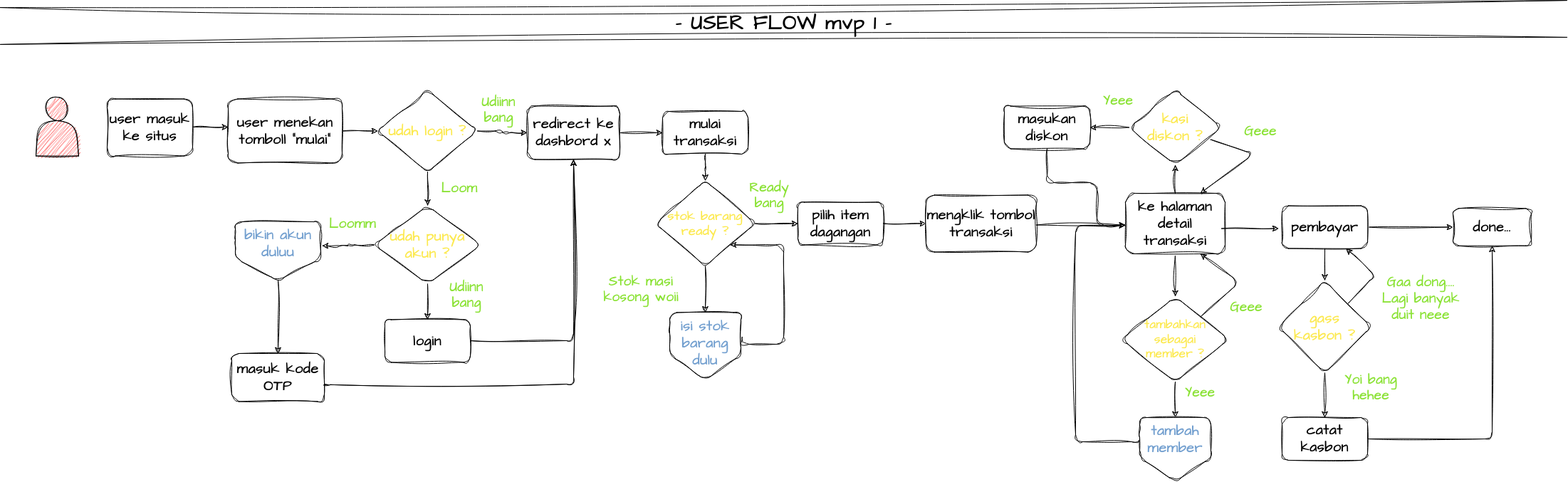
Petrichor-Dev/mypos keeps this draw.io diagram as Untitled Diagram.drawio.png. Above is the earlier version. Source tidied: cells renumbered, new cells last; positions are measured from the earlier drawing's top-left corner, leaving out a move shared by most shapes.
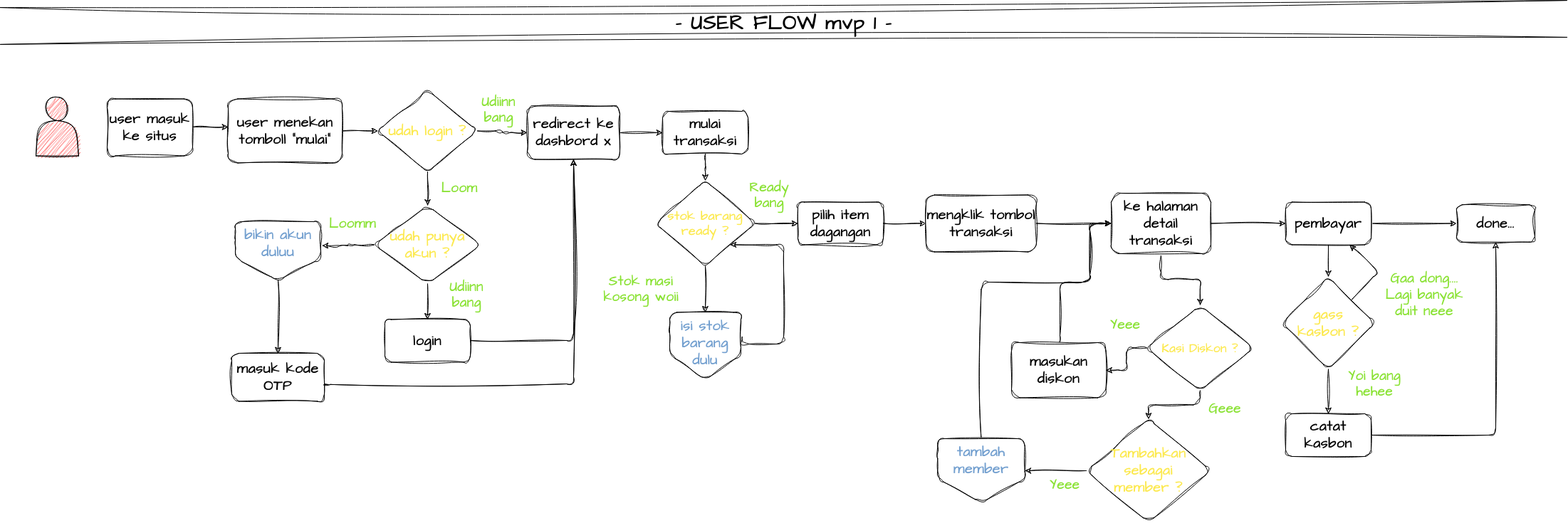
The same diagram one commit later.

What changed in the source:
```diff
@@ -120,5 +120,2 @@
     </mxCell>
-    <mxCell id="35" style="edgeStyle=orthogonalEdgeStyle;rounded=1;sketch=1;hachureGap=4;jiggle=2;curveFitting=1;jettySize=auto;html=1;fontFamily=Architects Daughter;fontSource=https%3A%2F%2Ffonts.googleapis.com%2Fcss%3Ffamily%3DArchitects%2BDaughter;fontSize=17;fontColor=default;labelBackgroundColor=none;fontStyle=1;" parent="1" edge="1" source="37" target="40">
-      <mxGeometry relative="1" as="geometry" />
-    </mxCell>
     <mxCell id="36" style="edgeStyle=orthogonalEdgeStyle;rounded=1;sketch=1;hachureGap=4;jiggle=2;curveFitting=1;jettySize=auto;html=1;fontFamily=Architects Daughter;fontSource=https%3A%2F%2Ffonts.googleapis.com%2Fcss%3Ffamily%3DArchitects%2BDaughter;fontSize=17;fontColor=default;labelBackgroundColor=none;fontStyle=1;" parent="1" edge="1" source="37" target="43">
@@ -126,30 +123,16 @@
     </mxCell>
-    <mxCell id="37" value="ke halaman detail transaksi" style="whiteSpace=wrap;html=1;fontSize=20;fontFamily=Architects Daughter;rounded=1;sketch=1;curveFitting=1;jiggle=2;hachureGap=4;fontSource=https%3A%2F%2Ffonts.googleapis.com%2Fcss%3Ffamily%3DArchitects%2BDaughter;spacing=2;labelBackgroundColor=none;fontStyle=1;" parent="1" vertex="1">
-      <mxGeometry x="1580" y="245" width="140" height="85" as="geometry" />
-    </mxCell>
-    <mxCell id="38" style="edgeStyle=orthogonalEdgeStyle;rounded=1;sketch=1;hachureGap=4;jiggle=2;curveFitting=1;jettySize=auto;html=1;fontFamily=Architects Daughter;fontSource=https%3A%2F%2Ffonts.googleapis.com%2Fcss%3Ffamily%3DArchitects%2BDaughter;fontSize=17;fontColor=default;labelBackgroundColor=none;fontStyle=1;" parent="1" edge="1" source="40" target="48">
-      <mxGeometry relative="1" as="geometry" />
-    </mxCell>
-    <mxCell id="39" style="edgeStyle=none;rounded=1;sketch=1;hachureGap=4;jiggle=2;curveFitting=1;jettySize=auto;html=1;fontFamily=Architects Daughter;fontSource=https%3A%2F%2Ffonts.googleapis.com%2Fcss%3Ffamily%3DArchitects%2BDaughter;fontSize=16;entryX=0.75;entryY=0;entryDx=0;entryDy=0;labelBackgroundColor=none;fontColor=default;fontStyle=1;" parent="1" edge="1" source="40" target="37">
-      <mxGeometry relative="1" as="geometry">
-        <Array as="points">
-          <mxPoint x="1760" y="190" />
-        </Array>
-      </mxGeometry>
-    </mxCell>
+    <mxCell id="71" style="edgeStyle=orthogonalEdgeStyle;rounded=1;sketch=1;hachureGap=4;jiggle=2;curveFitting=1;jettySize=auto;html=1;labelBorderColor=#c17d11;fontFamily=Architects Daughter;fontSource=https%3A%2F%2Ffonts.googleapis.com%2Fcss%3Ffamily%3DArchitects%2BDaughter;fontSize=16;fontColor=#8ae234;" parent="1" edge="1" source="40" target="69">
+      <mxGeometry relative="1" as="geometry" />
+    </mxCell>
-    <mxCell id="40" value="&lt;div&gt;&lt;font color=&quot;#fce94f&quot;&gt;kasi &lt;br&gt;&lt;/font&gt;&lt;/div&gt;&lt;div&gt;&lt;font color=&quot;#fce94f&quot;&gt;diskon ?&lt;br&gt;&lt;/font&gt;&lt;/div&gt;" style="rhombus;whiteSpace=wrap;html=1;fontSize=20;fontFamily=Architects Daughter;rounded=1;sketch=1;curveFitting=1;jiggle=2;hachureGap=4;fontSource=https%3A%2F%2Ffonts.googleapis.com%2Fcss%3Ffamily%3DArchitects%2BDaughter;spacing=2;labelBackgroundColor=none;fontStyle=1;" parent="1" vertex="1">
-      <mxGeometry x="1585" y="100" width="130" height="105" as="geometry" />
+    <mxCell id="40" value="&lt;div&gt;&lt;font color=&quot;#fce94f&quot;&gt;Tambahkan &lt;br&gt;&lt;/font&gt;&lt;/div&gt;&lt;div&gt;&lt;font color=&quot;#fce94f&quot;&gt;sebagai &lt;br&gt;&lt;/font&gt;&lt;/div&gt;&lt;div&gt;&lt;font color=&quot;#fce94f&quot;&gt;member ? &lt;br&gt;&lt;/font&gt;&lt;/div&gt;" style="rhombus;whiteSpace=wrap;html=1;fontSize=20;fontFamily=Architects Daughter;rounded=1;sketch=1;curveFitting=1;jiggle=2;hachureGap=4;fontSource=https%3A%2F%2Ffonts.googleapis.com%2Fcss%3Ffamily%3DArchitects%2BDaughter;spacing=2;labelBackgroundColor=none;fontStyle=1;" parent="1" vertex="1">
+      <mxGeometry x="1525" y="562.5" width="175" height="145" as="geometry" />
     </mxCell>
-    <mxCell id="41" style="edgeStyle=orthogonalEdgeStyle;rounded=1;sketch=1;hachureGap=4;jiggle=2;curveFitting=1;jettySize=auto;html=1;fontFamily=Architects Daughter;fontSource=https%3A%2F%2Ffonts.googleapis.com%2Fcss%3Ffamily%3DArchitects%2BDaughter;fontSize=17;fontColor=default;labelBackgroundColor=none;entryX=0.5;entryY=0;entryDx=0;entryDy=0;fontStyle=1;" parent="1" edge="1" source="43" target="69">
-      <mxGeometry relative="1" as="geometry" />
-    </mxCell>
-    <mxCell id="42" style="edgeStyle=none;rounded=1;sketch=1;hachureGap=4;jiggle=2;curveFitting=1;jettySize=auto;html=1;fontFamily=Architects Daughter;fontSource=https%3A%2F%2Ffonts.googleapis.com%2Fcss%3Ffamily%3DArchitects%2BDaughter;fontSize=16;entryX=0.75;entryY=1;entryDx=0;entryDy=0;labelBackgroundColor=none;fontColor=default;fontStyle=1;" parent="1" edge="1" source="43" target="37">
-      <mxGeometry relative="1" as="geometry">
-        <Array as="points">
-          <mxPoint x="1740" y="370" />
-        </Array>
-      </mxGeometry>
-    </mxCell>
+    <mxCell id="72" style="edgeStyle=orthogonalEdgeStyle;rounded=1;sketch=1;hachureGap=4;jiggle=2;curveFitting=1;jettySize=auto;html=1;labelBorderColor=#c17d11;fontFamily=Architects Daughter;fontSource=https%3A%2F%2Ffonts.googleapis.com%2Fcss%3Ffamily%3DArchitects%2BDaughter;fontSize=16;fontColor=#8ae234;" parent="1" edge="1" source="43" target="40">
+      <mxGeometry relative="1" as="geometry" />
+    </mxCell>
+    <mxCell id="73" style="edgeStyle=orthogonalEdgeStyle;rounded=1;sketch=1;hachureGap=4;jiggle=2;curveFitting=1;jettySize=auto;html=1;labelBorderColor=#c17d11;fontFamily=Architects Daughter;fontSource=https%3A%2F%2Ffonts.googleapis.com%2Fcss%3Ffamily%3DArchitects%2BDaughter;fontSize=16;fontColor=#8ae234;" parent="1" edge="1" source="43" target="48">
+      <mxGeometry relative="1" as="geometry" />
+    </mxCell>
-    <mxCell id="43" value="&lt;div style=&quot;font-size: 17px;&quot;&gt;&lt;font style=&quot;font-size: 17px;&quot; color=&quot;#fce94f&quot;&gt;tambahkan &lt;br&gt;&lt;/font&gt;&lt;/div&gt;&lt;div style=&quot;font-size: 17px;&quot;&gt;&lt;font style=&quot;font-size: 17px;&quot; color=&quot;#fce94f&quot;&gt;sebagai &lt;br&gt;&lt;/font&gt;&lt;/div&gt;&lt;div style=&quot;font-size: 17px;&quot;&gt;&lt;font style=&quot;font-size: 17px;&quot; color=&quot;#fce94f&quot;&gt;member &lt;/font&gt;&lt;font color=&quot;#fce94f&quot;&gt;?&lt;/font&gt;&lt;/div&gt;" style="rhombus;whiteSpace=wrap;html=1;fontSize=20;fontFamily=Architects Daughter;rounded=1;sketch=1;curveFitting=1;jiggle=2;hachureGap=4;fontSource=https%3A%2F%2Ffonts.googleapis.com%2Fcss%3Ffamily%3DArchitects%2BDaughter;spacing=2;labelBackgroundColor=none;fontStyle=1;" parent="1" vertex="1">
-      <mxGeometry x="1575" y="390" width="150" height="120" as="geometry" />
+    <mxCell id="43" value="&lt;div style=&quot;font-size: 17px;&quot;&gt;&lt;font style=&quot;font-size: 17px;&quot; color=&quot;#fce94f&quot;&gt;Kasi Diskon ?&lt;br&gt;&lt;/font&gt;&lt;/div&gt;" style="rhombus;whiteSpace=wrap;html=1;fontSize=20;fontFamily=Architects Daughter;rounded=1;sketch=1;curveFitting=1;jiggle=2;hachureGap=4;fontSource=https%3A%2F%2Ffonts.googleapis.com%2Fcss%3Ffamily%3DArchitects%2BDaughter;spacing=2;labelBackgroundColor=none;fontStyle=1;" parent="1" vertex="1">
+      <mxGeometry x="1610" y="402.5" width="150" height="120" as="geometry" />
     </mxCell>
@@ -162,38 +145,22 @@
     <mxCell id="46" value="pembayar" style="whiteSpace=wrap;html=1;fontSize=20;fontFamily=Architects Daughter;rounded=1;sketch=1;curveFitting=1;jiggle=2;hachureGap=4;fontSource=https%3A%2F%2Ffonts.googleapis.com%2Fcss%3Ffamily%3DArchitects%2BDaughter;spacing=2;labelBackgroundColor=none;fontStyle=1;" parent="1" vertex="1">
-      <mxGeometry x="1800" y="262.5" width="120" height="60" as="geometry" />
+      <mxGeometry x="1805" y="257.5" width="120" height="60" as="geometry" />
     </mxCell>
-    <mxCell id="47" style="edgeStyle=orthogonalEdgeStyle;rounded=1;sketch=1;hachureGap=4;jiggle=2;curveFitting=1;jettySize=auto;html=1;fontFamily=Architects Daughter;fontSource=https%3A%2F%2Ffonts.googleapis.com%2Fcss%3Ffamily%3DArchitects%2BDaughter;fontSize=17;fontColor=default;labelBackgroundColor=none;fontStyle=1;" parent="1" edge="1" source="48">
-      <mxGeometry relative="1" as="geometry">
-        <mxPoint x="1580" y="290" as="targetPoint" />
-        <Array as="points">
-          <mxPoint x="1470" y="230" />
-          <mxPoint x="1540" y="230" />
-          <mxPoint x="1540" y="290" />
-        </Array>
-      </mxGeometry>
-    </mxCell>
+    <mxCell id="74" style="edgeStyle=orthogonalEdgeStyle;rounded=1;sketch=1;hachureGap=4;jiggle=2;curveFitting=1;jettySize=auto;html=1;labelBorderColor=#c17d11;fontFamily=Architects Daughter;fontSource=https%3A%2F%2Ffonts.googleapis.com%2Fcss%3Ffamily%3DArchitects%2BDaughter;fontSize=16;fontColor=#8ae234;entryX=0;entryY=0.5;entryDx=0;entryDy=0;exitX=0.5;exitY=0;exitDx=0;exitDy=0;" parent="1" edge="1" source="48" target="37">
+      <mxGeometry relative="1" as="geometry">
+        <Array as="points">
+          <mxPoint x="1488" y="370" />
+          <mxPoint x="1530" y="370" />
+          <mxPoint x="1530" y="287" />
+        </Array>
+      </mxGeometry>
+    </mxCell>
     <mxCell id="48" value="masukan diskon" style="rounded=1;whiteSpace=wrap;html=1;fontSize=20;fontFamily=Architects Daughter;sketch=1;curveFitting=1;jiggle=2;hachureGap=4;fontSource=https%3A%2F%2Ffonts.googleapis.com%2Fcss%3Ffamily%3DArchitects%2BDaughter;spacing=2;labelBackgroundColor=none;fontStyle=1;" parent="1" vertex="1">
-      <mxGeometry x="1410" y="122.5" width="120" height="60" as="geometry" />
+      <mxGeometry x="1420" y="455" width="132.5" height="77.5" as="geometry" />
     </mxCell>
     <mxCell id="49" value="&lt;font style=&quot;font-size: 19px;&quot; color=&quot;#8ae234&quot;&gt;Yeee&lt;/font&gt;" style="text;strokeColor=none;align=center;fillColor=none;html=1;verticalAlign=middle;whiteSpace=wrap;rounded=1;sketch=1;hachureGap=4;jiggle=2;curveFitting=1;fontFamily=Architects Daughter;fontSource=https%3A%2F%2Ffonts.googleapis.com%2Fcss%3Ffamily%3DArchitects%2BDaughter;fontSize=19;labelBackgroundColor=none;fontStyle=1;" parent="1" vertex="1">
-      <mxGeometry x="1540" y="100" width="60" height="30" as="geometry" />
+      <mxGeometry x="1550" y="415" width="60" height="30" as="geometry" />
     </mxCell>
-    <mxCell id="50" style="edgeStyle=orthogonalEdgeStyle;rounded=1;sketch=1;hachureGap=4;jiggle=2;curveFitting=1;orthogonalLoop=1;jettySize=auto;html=1;fontFamily=Architects Daughter;fontSource=https%3A%2F%2Ffonts.googleapis.com%2Fcss%3Ffamily%3DArchitects%2BDaughter;fontSize=17;fontColor=default;labelBackgroundColor=none;fontStyle=1;" parent="1" edge="1">
-      <mxGeometry relative="1" as="geometry">
-        <mxPoint x="1455" y="289.5" as="sourcePoint" />
-        <mxPoint x="1580" y="289.5" as="targetPoint" />
-      </mxGeometry>
-    </mxCell>
     <mxCell id="51" value="&lt;font style=&quot;font-size: 19px;&quot; color=&quot;#8ae234&quot;&gt;Yeee&lt;/font&gt;" style="text;strokeColor=none;align=center;fillColor=none;html=1;verticalAlign=middle;whiteSpace=wrap;rounded=1;sketch=1;hachureGap=4;jiggle=2;curveFitting=1;fontFamily=Architects Daughter;fontSource=https%3A%2F%2Ffonts.googleapis.com%2Fcss%3Ffamily%3DArchitects%2BDaughter;fontSize=19;labelBackgroundColor=none;fontStyle=1;" parent="1" vertex="1">
-      <mxGeometry x="1655" y="510" width="60" height="30" as="geometry" />
+      <mxGeometry x="1465" y="640" width="60" height="30" as="geometry" />
     </mxCell>
-    <mxCell id="52" style="edgeStyle=orthogonalEdgeStyle;rounded=1;sketch=1;hachureGap=4;jiggle=2;curveFitting=1;jettySize=auto;html=1;fontFamily=Architects Daughter;fontSource=https%3A%2F%2Ffonts.googleapis.com%2Fcss%3Ffamily%3DArchitects%2BDaughter;fontSize=17;fontColor=default;labelBackgroundColor=none;exitX=-0.013;exitY=0.362;exitDx=0;exitDy=0;exitPerimeter=0;labelBorderColor=#c17d11;fontStyle=1;" parent="1" edge="1" source="69">
-      <mxGeometry relative="1" as="geometry">
-        <mxPoint x="1580" y="290" as="targetPoint" />
-        <Array as="points">
-          <mxPoint x="1510" y="594" />
-          <mxPoint x="1510" y="290" />
-        </Array>
-      </mxGeometry>
-    </mxCell>
     <mxCell id="53" style="edgeStyle=orthogonalEdgeStyle;rounded=1;sketch=1;hachureGap=4;jiggle=2;curveFitting=1;jettySize=auto;html=1;fontFamily=Architects Daughter;fontSource=https%3A%2F%2Ffonts.googleapis.com%2Fcss%3Ffamily%3DArchitects%2BDaughter;fontSize=17;fontColor=default;labelBackgroundColor=none;fontStyle=1;" parent="1" edge="1" source="55" target="57">
@@ -204,3 +171,3 @@
         <Array as="points">
-          <mxPoint x="1930" y="360" />
+          <mxPoint x="1935" y="355" />
         </Array>
@@ -209,3 +176,3 @@
     <mxCell id="55" value="&lt;div&gt;&lt;font color=&quot;#fce94f&quot;&gt;gass&lt;/font&gt;&lt;/div&gt;&lt;div&gt;&lt;font color=&quot;#fce94f&quot;&gt;kasbon ?&lt;br&gt;&lt;/font&gt;&lt;/div&gt;" style="rhombus;whiteSpace=wrap;html=1;fontSize=20;fontFamily=Architects Daughter;rounded=1;sketch=1;curveFitting=1;jiggle=2;hachureGap=4;fontSource=https%3A%2F%2Ffonts.googleapis.com%2Fcss%3Ffamily%3DArchitects%2BDaughter;spacing=2;labelBackgroundColor=none;fontStyle=1;" parent="1" vertex="1">
-      <mxGeometry x="1795" y="367.5" width="130" height="130" as="geometry" />
+      <mxGeometry x="1800" y="362.5" width="130" height="130" as="geometry" />
     </mxCell>
@@ -215,10 +182,13 @@
     <mxCell id="57" value="catat kasbon" style="whiteSpace=wrap;html=1;fontSize=20;fontFamily=Architects Daughter;rounded=1;sketch=1;curveFitting=1;jiggle=2;hachureGap=4;fontSource=https%3A%2F%2Ffonts.googleapis.com%2Fcss%3Ffamily%3DArchitects%2BDaughter;spacing=2;labelBackgroundColor=none;fontStyle=1;" parent="1" vertex="1">
-      <mxGeometry x="1800" y="560" width="120" height="60" as="geometry" />
+      <mxGeometry x="1805" y="555" width="120" height="60" as="geometry" />
     </mxCell>
     <mxCell id="58" value="done..." style="whiteSpace=wrap;html=1;fontSize=20;fontFamily=Architects Daughter;rounded=1;sketch=1;curveFitting=1;jiggle=2;hachureGap=4;fontSource=https%3A%2F%2Ffonts.googleapis.com%2Fcss%3Ffamily%3DArchitects%2BDaughter;spacing=2;labelBackgroundColor=none;fontStyle=1;" parent="1" vertex="1">
-      <mxGeometry x="2040" y="266.2" width="110" height="52.5" as="geometry" />
+      <mxGeometry x="2045" y="261.2" width="110" height="52.5" as="geometry" />
     </mxCell>
     <mxCell id="59" value="&lt;font style=&quot;font-size: 19px;&quot; color=&quot;#8ae234&quot;&gt;Yoi bang&lt;/font&gt;&lt;font color=&quot;#8ae234&quot;&gt; hehee &lt;/font&gt;" style="text;strokeColor=none;align=center;fillColor=none;html=1;verticalAlign=middle;whiteSpace=wrap;rounded=1;sketch=1;hachureGap=4;jiggle=2;curveFitting=1;fontFamily=Architects Daughter;fontSource=https%3A%2F%2Ffonts.googleapis.com%2Fcss%3Ffamily%3DArchitects%2BDaughter;fontSize=19;labelBackgroundColor=none;fontStyle=1;" parent="1" vertex="1">
-      <mxGeometry x="1870" y="497.5" width="110" height="40" as="geometry" />
+      <mxGeometry x="1875" y="492.5" width="110" height="40" as="geometry" />
     </mxCell>
+    <mxCell id="75" style="edgeStyle=orthogonalEdgeStyle;rounded=1;sketch=1;hachureGap=4;jiggle=2;curveFitting=1;jettySize=auto;html=1;labelBorderColor=#c17d11;fontFamily=Architects Daughter;fontSource=https%3A%2F%2Ffonts.googleapis.com%2Fcss%3Ffamily%3DArchitects%2BDaughter;fontSize=16;fontColor=#8ae234;" parent="1" edge="1" source="60" target="37">
+      <mxGeometry relative="1" as="geometry" />
+    </mxCell>
     <mxCell id="60" value="&lt;div&gt;mengklik tombol transaksi&lt;br&gt;&lt;/div&gt;" style="whiteSpace=wrap;html=1;fontSize=20;fontFamily=Architects Daughter;rounded=1;sketch=1;curveFitting=1;jiggle=2;hachureGap=4;fontSource=https%3A%2F%2Ffonts.googleapis.com%2Fcss%3Ffamily%3DArchitects%2BDaughter;spacing=2;labelBackgroundColor=none;fontStyle=1;" parent="1" vertex="1">
@@ -226,8 +196,2 @@
     </mxCell>
-    <mxCell id="61" style="edgeStyle=orthogonalEdgeStyle;rounded=1;sketch=1;hachureGap=4;jiggle=2;curveFitting=1;orthogonalLoop=1;jettySize=auto;html=1;fontFamily=Architects Daughter;fontSource=https%3A%2F%2Ffonts.googleapis.com%2Fcss%3Ffamily%3DArchitects%2BDaughter;fontSize=17;fontColor=default;labelBackgroundColor=none;fontStyle=1;" parent="1" edge="1">
-      <mxGeometry relative="1" as="geometry">
-        <mxPoint x="1715" y="294.5" as="sourcePoint" />
-        <mxPoint x="1795" y="294.5" as="targetPoint" />
-      </mxGeometry>
-    </mxCell>
     <mxCell id="62" style="endArrow=classic;html=1;rounded=1;sketch=1;hachureGap=4;jiggle=2;curveFitting=1;fontFamily=Architects Daughter;fontSource=https%3A%2F%2Ffonts.googleapis.com%2Fcss%3Ffamily%3DArchitects%2BDaughter;fontSize=19;fontColor=default;shape=link;width=51.81818181818181;labelBackgroundColor=none;fontStyle=1;" parent="1" edge="1">
@@ -248,12 +212,18 @@
     <mxCell id="66" value="&lt;font color=&quot;#8ae234&quot;&gt;Geee&lt;/font&gt;" style="text;strokeColor=none;align=center;fillColor=none;html=1;verticalAlign=middle;whiteSpace=wrap;rounded=1;sketch=1;hachureGap=4;jiggle=2;curveFitting=1;fontFamily=Architects Daughter;fontSource=https%3A%2F%2Ffonts.googleapis.com%2Fcss%3Ffamily%3DArchitects%2BDaughter;fontSize=19;labelBackgroundColor=none;fontStyle=1;" parent="1" vertex="1">
-      <mxGeometry x="1720" y="390" width="60" height="30" as="geometry" />
+      <mxGeometry x="1690" y="532.5" width="60" height="30" as="geometry" />
     </mxCell>
-    <mxCell id="67" value="&lt;font color=&quot;#8ae234&quot;&gt;Geee&lt;/font&gt;" style="text;strokeColor=none;align=center;fillColor=none;html=1;verticalAlign=middle;whiteSpace=wrap;rounded=1;sketch=1;hachureGap=4;jiggle=2;curveFitting=1;fontFamily=Architects Daughter;fontSource=https%3A%2F%2Ffonts.googleapis.com%2Fcss%3Ffamily%3DArchitects%2BDaughter;fontSize=19;labelBackgroundColor=none;fontStyle=1;" parent="1" vertex="1">
-      <mxGeometry x="1740" y="142.5" width="60" height="30" as="geometry" />
-    </mxCell>
     <mxCell id="68" value="&lt;div&gt;&lt;font color=&quot;#8ae234&quot;&gt;Gaa dong....&lt;/font&gt;&lt;/div&gt;&lt;div&gt;&lt;font color=&quot;#8ae234&quot;&gt;Lagi banyak duit neee&lt;br&gt;&lt;/font&gt;&lt;/div&gt;" style="text;strokeColor=none;align=center;fillColor=none;html=1;verticalAlign=middle;whiteSpace=wrap;rounded=1;sketch=1;hachureGap=4;jiggle=2;curveFitting=1;fontFamily=Architects Daughter;fontSource=https%3A%2F%2Ffonts.googleapis.com%2Fcss%3Ffamily%3DArchitects%2BDaughter;fontSize=19;labelBackgroundColor=none;fontStyle=1;" parent="1" vertex="1">
-      <mxGeometry x="1930" y="372.5" width="130" height="40" as="geometry" />
+      <mxGeometry x="1935" y="367.5" width="130" height="40" as="geometry" />
     </mxCell>
+    <mxCell id="76" style="edgeStyle=orthogonalEdgeStyle;rounded=1;sketch=1;hachureGap=4;jiggle=2;curveFitting=1;jettySize=auto;html=1;labelBorderColor=#c17d11;fontFamily=Architects Daughter;fontSource=https%3A%2F%2Ffonts.googleapis.com%2Fcss%3Ffamily%3DArchitects%2BDaughter;fontSize=16;fontColor=#8ae234;entryX=0;entryY=0.5;entryDx=0;entryDy=0;exitX=0.5;exitY=0;exitDx=0;exitDy=0;" parent="1" edge="1" source="69" target="37">
+      <mxGeometry relative="1" as="geometry">
+        <Array as="points">
+          <mxPoint x="1377" y="370" />
+          <mxPoint x="1530" y="370" />
+          <mxPoint x="1530" y="288" />
+        </Array>
+      </mxGeometry>
+    </mxCell>
     <mxCell id="69" value="&lt;font color=&quot;#729fcf&quot;&gt;tambah member&lt;/font&gt;" style="shape=offPageConnector;whiteSpace=wrap;html=1;sketch=1;hachureGap=4;jiggle=2;curveFitting=1;fontFamily=Architects Daughter;fontSource=https%3A%2F%2Ffonts.googleapis.com%2Fcss%3Ffamily%3DArchitects%2BDaughter;fontSize=20;verticalAlign=top;labelBackgroundColor=none;rounded=1;fontStyle=1;" parent="1" vertex="1">
-      <mxGeometry x="1600" y="560" width="100" height="90" as="geometry" />
+      <mxGeometry x="1316.2" y="590" width="122.5" height="90" as="geometry" />
     </mxCell>
@@ -262,2 +232,8 @@
     </mxCell>
+    <mxCell id="77" style="edgeStyle=orthogonalEdgeStyle;rounded=1;sketch=1;hachureGap=4;jiggle=2;curveFitting=1;jettySize=auto;html=1;labelBorderColor=#c17d11;fontFamily=Architects Daughter;fontSource=https%3A%2F%2Ffonts.googleapis.com%2Fcss%3Ffamily%3DArchitects%2BDaughter;fontSize=16;fontColor=#8ae234;" parent="1" edge="1" source="37" target="46">
+      <mxGeometry relative="1" as="geometry" />
+    </mxCell>
+    <mxCell id="37" value="ke halaman detail transaksi" style="whiteSpace=wrap;html=1;fontSize=20;fontFamily=Architects Daughter;rounded=1;sketch=1;curveFitting=1;jiggle=2;hachureGap=4;fontSource=https%3A%2F%2Ffonts.googleapis.com%2Fcss%3Ffamily%3DArchitects%2BDaughter;spacing=2;labelBackgroundColor=none;fontStyle=1;" parent="1" vertex="1">
+      <mxGeometry x="1560" y="245" width="140" height="85" as="geometry" />
+    </mxCell>
   </root>
```
